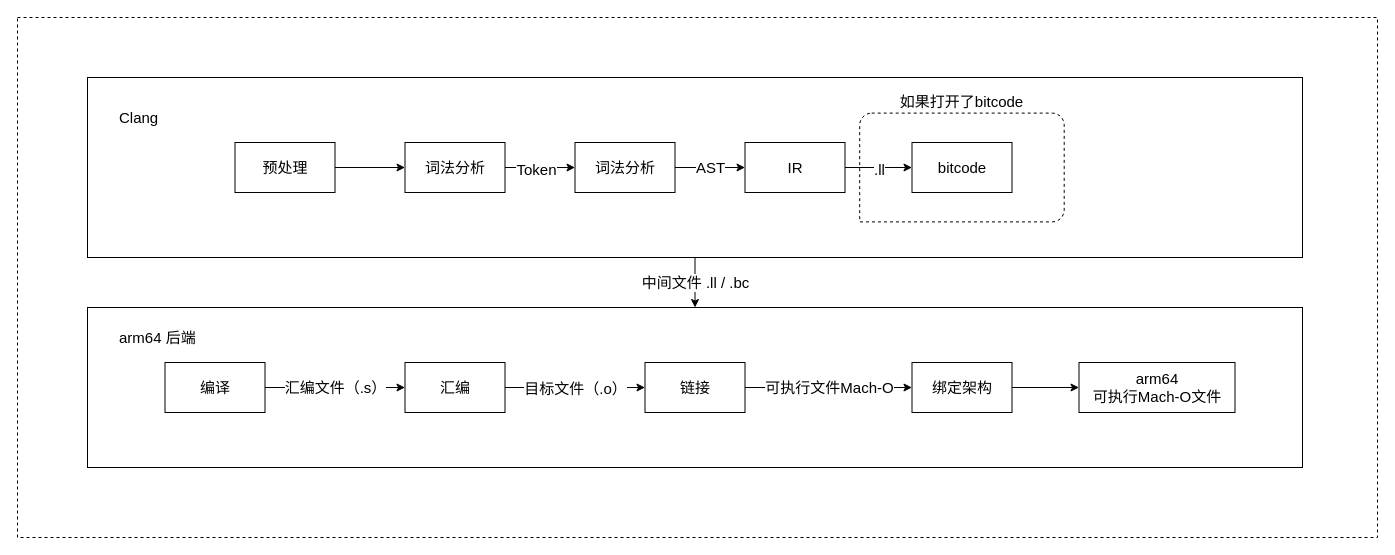
Earlier version of the draw.io diagram Clang & LLVM编译流程.drawio (star-j/Flowchart). Source tidied: cells renumbered, new cells numbered last; positions are measured from the earlier drawing's top-left corner, leaving out a move shared by most shapes. Both pictures are drawn from the tidied source at 100%, with x=0, y=0 at pixel (17, 17).
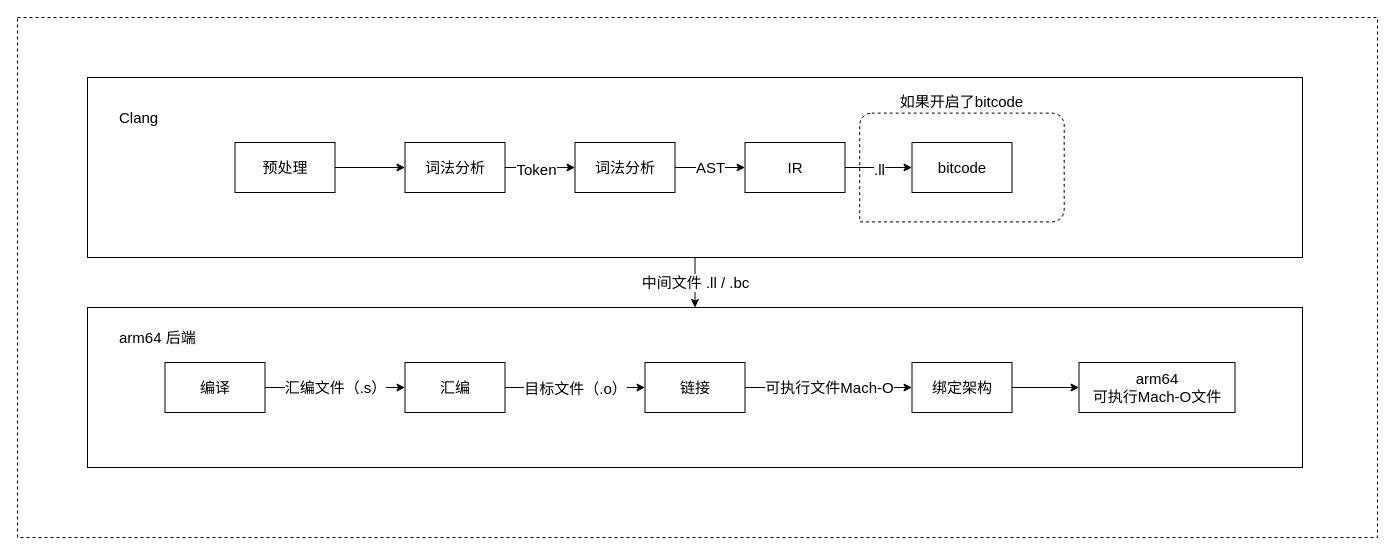
Above is the later version.

Diff of the diagram source:
```diff
@@
-    <mxCell id="5" value="如果打开了bitcode" style="verticalLabelPosition=top;verticalAlign=bottom;shape=mxgraph.basic.three_corner_round_rect;dx=6;fontSize=15;labelPosition=center;align=center;dashed=1;spacing=2;html=1;labelBorderColor=none;shadow=0;sketch=0;" parent="1" vertex="1">
+    <mxCell id="5" value="如果开启了bitcode" style="verticalLabelPosition=top;verticalAlign=bottom;shape=mxgraph.basic.three_corner_round_rect;dx=6;fontSize=15;labelPosition=center;align=center;dashed=1;spacing=2;html=1;labelBorderColor=none;shadow=0;sketch=0;" parent="1" vertex="1">
       <mxGeometry x="842.2" y="95.6" width="204.5" height="108.8" as="geometry" />
     </mxCell>
```
